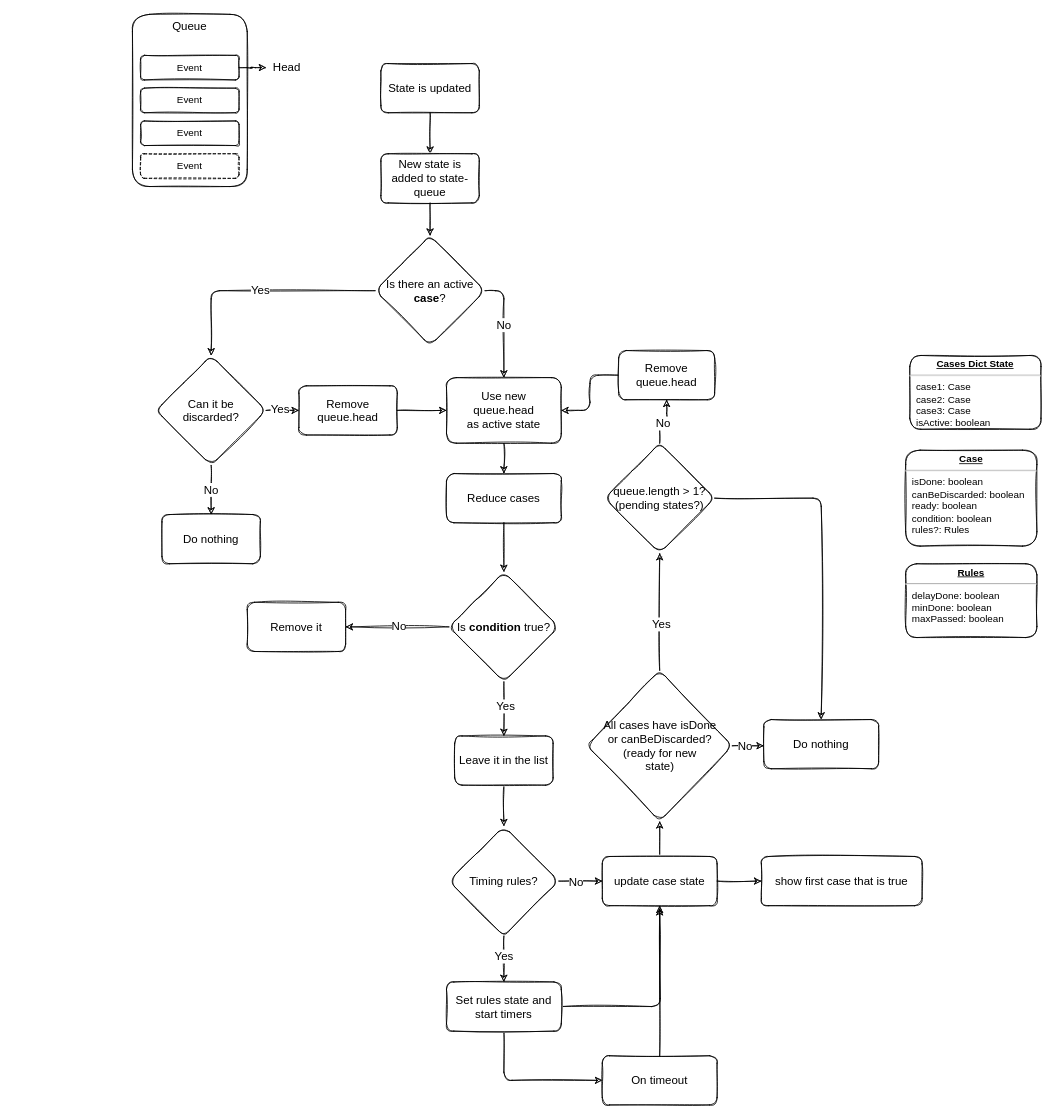
FredricW/diagrams keeps this draw.io diagram as Event-Queue.drawio. Above is the earlier version. Source tidied: cells renumbered, new cells numbered last; positions are measured from the earlier drawing's top-left corner, leaving out a move shared by most shapes. Both pictures are drawn from the tidied source at 82%, with x=0, y=0 at pixel (132, 14).
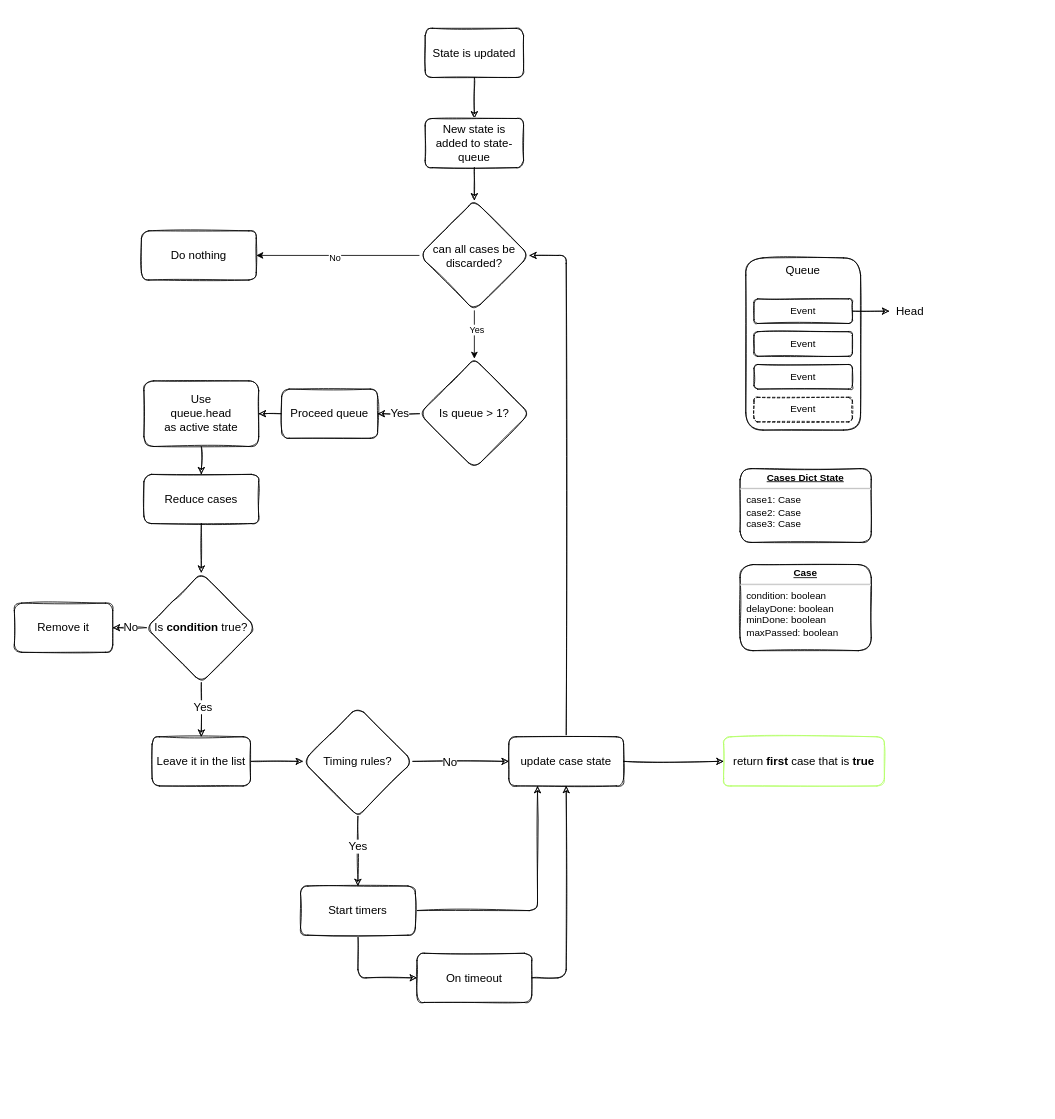
The same page after the edit.

The edit, as a diff of the source:
```diff
@@
     <mxCell id="3" value="State is updated" style="rounded=1;whiteSpace=wrap;html=1;fontSize=14;sketch=1;" parent="1" vertex="1">
-      <mxGeometry x="303" y="60" width="120" height="60" as="geometry" />
+      <mxGeometry x="357" y="17" width="120" height="60" as="geometry" />
     </mxCell>
@@
     <mxCell id="5" value="New state is added to state-queue" style="rounded=1;whiteSpace=wrap;html=1;fontSize=14;sketch=1;" parent="1" vertex="1">
-      <mxGeometry x="303" y="170" width="120" height="60" as="geometry" />
+      <mxGeometry x="357" y="127" width="120" height="60" as="geometry" />
     </mxCell>
-    <mxCell id="6" value="Yes" style="edgeStyle=orthogonalEdgeStyle;rounded=1;jettySize=auto;html=1;exitX=0;exitY=0.5;exitDx=0;exitDy=0;fontSize=14;entryX=0.5;entryY=0;entryDx=0;entryDy=0;sketch=1;" parent="1" edge="1" source="8" target="16">
-      <mxGeometry relative="1" as="geometry">
-        <Array as="points">
-          <mxPoint x="96" y="337" />
-        </Array>
-      </mxGeometry>
-    </mxCell>
-    <mxCell id="7" value="No" style="edgeStyle=orthogonalEdgeStyle;rounded=1;jettySize=auto;html=1;exitX=1;exitY=0.5;exitDx=0;exitDy=0;entryX=0.5;entryY=0;entryDx=0;entryDy=0;fontSize=14;sketch=1;" parent="1" edge="1" source="8" target="10">
-      <mxGeometry relative="1" as="geometry" />
-    </mxCell>
+    <mxCell id="65" style="edgeStyle=orthogonalEdgeStyle;rounded=0;jettySize=auto;html=1;exitX=0.5;exitY=1;exitDx=0;exitDy=0;entryX=0.5;entryY=0;entryDx=0;entryDy=0;" parent="1" edge="1" source="8" target="59">
+      <mxGeometry relative="1" as="geometry" />
+    </mxCell>
+    <mxCell id="66" value="Yes" style="edgeLabel;html=1;align=center;verticalAlign=middle;" parent="65" vertex="1">
+      <mxGeometry x="-0.22" y="2" relative="1" as="geometry" />
+    </mxCell>
+    <mxCell id="67" style="edgeStyle=orthogonalEdgeStyle;rounded=0;jettySize=auto;html=1;exitX=0;exitY=0.5;exitDx=0;exitDy=0;entryX=1;entryY=0.5;entryDx=0;entryDy=0;" parent="1" edge="1" source="8" target="69">
+      <mxGeometry relative="1" as="geometry" />
+    </mxCell>
+    <mxCell id="68" value="No" style="edgeLabel;html=1;align=center;verticalAlign=middle;" parent="67" vertex="1">
+      <mxGeometry x="0.05" y="2" relative="1" as="geometry" />
+    </mxCell>
-    <mxCell id="8" value="Is there an active &lt;b&gt;case&lt;/b&gt;?" style="rhombus;whiteSpace=wrap;html=1;fontSize=14;rounded=1;sketch=1;" parent="1" vertex="1">
-      <mxGeometry x="296" y="270" width="134" height="134" as="geometry" />
+    <mxCell id="8" value="can all cases be&lt;br&gt;discarded?" style="rhombus;whiteSpace=wrap;html=1;fontSize=14;rounded=1;sketch=1;" parent="1" vertex="1">
+      <mxGeometry x="350" y="227" width="134" height="134" as="geometry" />
     </mxCell>
@@
-    <mxCell id="10" value="Use new &lt;br&gt;queue.head&lt;br&gt;as active state" style="rounded=1;whiteSpace=wrap;html=1;fontSize=14;sketch=1;" parent="1" vertex="1">
-      <mxGeometry x="383" y="443" width="140" height="80" as="geometry" />
+    <mxCell id="10" value="Use&lt;br&gt;queue.head&lt;br&gt;as active state" style="rounded=1;whiteSpace=wrap;html=1;fontSize=14;sketch=1;" parent="1" vertex="1">
+      <mxGeometry x="14" y="447" width="140" height="80" as="geometry" />
     </mxCell>
@@
     <mxCell id="12" value="Reduce cases" style="rounded=1;whiteSpace=wrap;html=1;fontSize=14;sketch=1;" parent="1" vertex="1">
-      <mxGeometry x="383" y="560" width="140" height="60" as="geometry" />
+      <mxGeometry x="14" y="561" width="140" height="60" as="geometry" />
     </mxCell>
-    <mxCell id="13" value="No" style="edgeStyle=orthogonalEdgeStyle;rounded=1;jettySize=auto;html=1;exitX=0.5;exitY=1;exitDx=0;exitDy=0;entryX=0.5;entryY=0;entryDx=0;entryDy=0;fontSize=14;sketch=1;" parent="1" edge="1" source="16" target="23">
-      <mxGeometry relative="1" as="geometry" />
-    </mxCell>
-    <mxCell id="14" style="edgeStyle=orthogonalEdgeStyle;rounded=1;jettySize=auto;html=1;exitX=1;exitY=0.5;exitDx=0;exitDy=0;entryX=0;entryY=0.5;entryDx=0;entryDy=0;fontSize=14;sketch=1;" parent="1" edge="1" source="16" target="61">
-      <mxGeometry relative="1" as="geometry" />
-    </mxCell>
-    <mxCell id="15" value="Yes" style="edgeLabel;html=1;align=center;verticalAlign=middle;fontSize=14;rounded=1;sketch=1;" parent="14" vertex="1">
-      <mxGeometry x="-0.18" y="2" relative="1" as="geometry" />
-    </mxCell>
-    <mxCell id="16" value="Can it be&lt;br&gt;discarded?" style="rhombus;whiteSpace=wrap;html=1;fontSize=14;rounded=1;sketch=1;" parent="1" vertex="1">
-      <mxGeometry x="29" y="416" width="134" height="134" as="geometry" />
-    </mxCell>
-    <mxCell id="17" style="group;dashed=1;rounded=1;sketch=1;" parent="1" vertex="1">
-      <mxGeometry width="140" height="210" as="geometry" />
-    </mxCell>
-    <mxCell id="18" value="Queue" style="rounded=1;whiteSpace=wrap;html=1;verticalAlign=top;fontStyle=0;fontSize=14;sketch=1;" parent="17" vertex="1">
-      <mxGeometry width="140" height="210" as="geometry" />
-    </mxCell>
-    <mxCell id="19" value="Event" style="rounded=1;whiteSpace=wrap;html=1;sketch=1;" parent="17" vertex="1">
-      <mxGeometry x="10" y="50" width="120" height="30" as="geometry" />
-    </mxCell>
-    <mxCell id="20" value="Event" style="rounded=1;whiteSpace=wrap;html=1;sketch=1;" parent="17" vertex="1">
-      <mxGeometry x="10" y="90" width="120" height="30" as="geometry" />
-    </mxCell>
-    <mxCell id="21" value="Event" style="rounded=1;whiteSpace=wrap;html=1;sketch=1;" parent="17" vertex="1">
-      <mxGeometry x="10" y="130" width="120" height="30" as="geometry" />
-    </mxCell>
-    <mxCell id="22" value="Event" style="rounded=1;whiteSpace=wrap;html=1;dashed=1;sketch=1;" parent="17" vertex="1">
-      <mxGeometry x="10" y="170" width="120" height="30" as="geometry" />
-    </mxCell>
-    <mxCell id="23" value="Do nothing" style="rounded=1;whiteSpace=wrap;html=1;fontSize=14;sketch=1;" parent="1" vertex="1">
-      <mxGeometry x="36" y="610" width="120" height="60" as="geometry" />
-    </mxCell>
-    <mxCell id="24" value="&lt;p style=&quot;margin: 0px ; margin-top: 4px ; text-align: center ; text-decoration: underline&quot;&gt;&lt;b&gt;Cases Dict State&lt;/b&gt;&lt;/p&gt;&lt;hr&gt;&lt;p style=&quot;margin: 0px ; margin-left: 8px&quot;&gt;case1: Case&lt;br&gt;case2: Case&lt;br&gt;case3: Case&lt;/p&gt;&lt;p style=&quot;margin: 0px ; margin-left: 8px&quot;&gt;isActive: boolean&lt;/p&gt;" style="verticalAlign=top;align=left;overflow=fill;fontSize=12;fontFamily=Helvetica;html=1;rounded=1;sketch=1;" parent="1" vertex="1">
-      <mxGeometry x="948" y="416" width="160" height="90" as="geometry" />
+    <mxCell id="24" value="&lt;p style=&quot;margin: 0px ; margin-top: 4px ; text-align: center ; text-decoration: underline&quot;&gt;&lt;b&gt;Cases Dict State&lt;/b&gt;&lt;/p&gt;&lt;hr&gt;&lt;p style=&quot;margin: 0px ; margin-left: 8px&quot;&gt;case1: Case&lt;br&gt;case2: Case&lt;br&gt;case3: Case&lt;/p&gt;" style="verticalAlign=top;align=left;overflow=fill;fontSize=12;fontFamily=Helvetica;html=1;rounded=1;sketch=1;" parent="1" vertex="1">
+      <mxGeometry x="741" y="554" width="160" height="90" as="geometry" />
     </mxCell>
-    <mxCell id="25" value="&lt;p style=&quot;margin: 0px ; margin-top: 4px ; text-align: center ; text-decoration: underline&quot;&gt;&lt;b&gt;Case&lt;/b&gt;&lt;/p&gt;&lt;hr&gt;&lt;p style=&quot;margin: 0px ; margin-left: 8px&quot;&gt;isDone: boolean&lt;br&gt;canBeDiscarded: boolean&lt;br&gt;&lt;/p&gt;&lt;p style=&quot;margin: 0px ; margin-left: 8px&quot;&gt;ready: boolean&lt;/p&gt;&lt;p style=&quot;margin: 0px ; margin-left: 8px&quot;&gt;condition: boolean&lt;/p&gt;&lt;p style=&quot;margin: 0px ; margin-left: 8px&quot;&gt;rules?: Rules&lt;/p&gt;" style="verticalAlign=top;align=left;overflow=fill;fontSize=12;fontFamily=Helvetica;html=1;rounded=1;sketch=1;" parent="1" vertex="1">
-      <mxGeometry x="943" y="531.5" width="160" height="117" as="geometry" />
-    </mxCell>
-    <mxCell id="26" value="&lt;p style=&quot;margin: 0px ; margin-top: 4px ; text-align: center ; text-decoration: underline&quot;&gt;&lt;b&gt;Rules&lt;/b&gt;&lt;/p&gt;&lt;hr&gt;&lt;p style=&quot;margin: 0px ; margin-left: 8px&quot;&gt;delayDone: boolean&lt;br&gt;minDone: boolean&lt;br&gt;&lt;/p&gt;&lt;p style=&quot;margin: 0px ; margin-left: 8px&quot;&gt;maxPassed: boolean&lt;/p&gt;" style="verticalAlign=top;align=left;overflow=fill;fontSize=12;fontFamily=Helvetica;html=1;rounded=1;sketch=1;" parent="1" vertex="1">
-      <mxGeometry x="943" y="670" width="160" height="90" as="geometry" />
+    <mxCell id="26" value="&lt;p style=&quot;margin: 0px ; margin-top: 4px ; text-align: center ; text-decoration: underline&quot;&gt;&lt;b&gt;Case&lt;/b&gt;&lt;/p&gt;&lt;hr&gt;&lt;p style=&quot;margin: 0px ; margin-left: 8px&quot;&gt;condition: boolean&lt;/p&gt;&lt;p style=&quot;margin: 0px ; margin-left: 8px&quot;&gt;delayDone: boolean&lt;br&gt;minDone: boolean&lt;br&gt;&lt;/p&gt;&lt;p style=&quot;margin: 0px ; margin-left: 8px&quot;&gt;maxPassed: boolean&lt;/p&gt;" style="verticalAlign=top;align=left;overflow=fill;fontSize=12;fontFamily=Helvetica;html=1;rounded=1;sketch=1;" parent="1" vertex="1">
+      <mxGeometry x="741" y="671" width="160" height="105" as="geometry" />
     </mxCell>
@@
     <mxCell id="31" value="Is &lt;b&gt;condition&lt;/b&gt; true?" style="rhombus;whiteSpace=wrap;html=1;fontSize=14;rounded=1;sketch=1;" parent="1" vertex="1">
-      <mxGeometry x="386" y="680" width="134" height="134" as="geometry" />
+      <mxGeometry x="17" y="681" width="134" height="134" as="geometry" />
     </mxCell>
-    <mxCell id="32" value="Head" style="text;html=1;align=center;verticalAlign=middle;points=[];strokeColor=none;fillColor=none;fontSize=14;rounded=1;sketch=1;" parent="1" vertex="1">
-      <mxGeometry x="163" y="55" width="50" height="20" as="geometry" />
-    </mxCell>
-    <mxCell id="33" style="edgeStyle=orthogonalEdgeStyle;rounded=1;jettySize=auto;html=1;exitX=1;exitY=0.5;exitDx=0;exitDy=0;fontSize=14;sketch=1;" parent="1" edge="1" source="19" target="32">
-      <mxGeometry relative="1" as="geometry" />
-    </mxCell>
     <mxCell id="34" value="Remove it" style="rounded=1;whiteSpace=wrap;html=1;fontSize=14;sketch=1;" parent="1" vertex="1">
-      <mxGeometry x="140" y="717" width="120" height="60" as="geometry" />
+      <mxGeometry x="-144" y="718" width="120" height="60" as="geometry" />
     </mxCell>
-    <mxCell id="35" style="edgeStyle=orthogonalEdgeStyle;rounded=1;jettySize=auto;html=1;exitX=0.5;exitY=1;exitDx=0;exitDy=0;entryX=0.5;entryY=0;entryDx=0;entryDy=0;fontSize=14;sketch=1;" parent="1" edge="1" source="36" target="41">
+    <mxCell id="35" style="edgeStyle=orthogonalEdgeStyle;rounded=1;jettySize=auto;html=1;exitX=1;exitY=0.5;exitDx=0;exitDy=0;entryX=0;entryY=0.5;entryDx=0;entryDy=0;fontSize=14;sketch=1;" parent="1" edge="1" source="36" target="41">
       <mxGeometry relative="1" as="geometry" />
     </mxCell>
     <mxCell id="36" value="Leave it in the list" style="rounded=1;whiteSpace=wrap;html=1;fontSize=14;sketch=1;" parent="1" vertex="1">
-      <mxGeometry x="393" y="880" width="120" height="60" as="geometry" />
+      <mxGeometry x="24" y="881" width="120" height="60" as="geometry" />
     </mxCell>
@@
     <mxCell id="41" value="Timing rules?" style="rhombus;whiteSpace=wrap;html=1;fontSize=14;rounded=1;sketch=1;" parent="1" vertex="1">
-      <mxGeometry x="386" y="990" width="134" height="134" as="geometry" />
+      <mxGeometry x="208" y="844" width="134" height="134" as="geometry" />
     </mxCell>
@@
-    <mxCell id="43" style="edgeStyle=orthogonalEdgeStyle;rounded=1;jettySize=auto;html=1;exitX=1;exitY=0.5;exitDx=0;exitDy=0;fontSize=14;sketch=1;" parent="1" edge="1" source="44">
-      <mxGeometry relative="1" as="geometry">
-        <mxPoint x="643" y="1090" as="targetPoint" />
-      </mxGeometry>
+    <mxCell id="43" style="edgeStyle=orthogonalEdgeStyle;rounded=1;jettySize=auto;html=1;exitX=1;exitY=0.5;exitDx=0;exitDy=0;fontSize=14;sketch=1;entryX=0.25;entryY=1;entryDx=0;entryDy=0;" parent="1" edge="1" source="44" target="47">
+      <mxGeometry relative="1" as="geometry" />
     </mxCell>
-    <mxCell id="44" value="Set rules state and start timers" style="rounded=1;whiteSpace=wrap;html=1;fontSize=14;sketch=1;" parent="1" vertex="1">
-      <mxGeometry x="383" y="1180" width="140" height="60" as="geometry" />
+    <mxCell id="44" value="Start timers" style="rounded=1;whiteSpace=wrap;html=1;fontSize=14;sketch=1;" parent="1" vertex="1">
+      <mxGeometry x="205" y="1063" width="140" height="60" as="geometry" />
     </mxCell>
@@
-    <mxCell id="46" style="edgeStyle=orthogonalEdgeStyle;rounded=1;jettySize=auto;html=1;exitX=0.5;exitY=0;exitDx=0;exitDy=0;entryX=0.5;entryY=1;entryDx=0;entryDy=0;fontSize=14;sketch=1;" parent="1" edge="1" source="47" target="55">
+    <mxCell id="46" style="edgeStyle=orthogonalEdgeStyle;rounded=1;jettySize=auto;html=1;exitX=0.5;exitY=0;exitDx=0;exitDy=0;entryX=1;entryY=0.5;entryDx=0;entryDy=0;fontSize=14;sketch=1;" parent="1" edge="1" source="47" target="8">
       <mxGeometry relative="1" as="geometry" />
     </mxCell>
     <mxCell id="47" value="update case state" style="rounded=1;whiteSpace=wrap;html=1;fontSize=14;sketch=1;" parent="1" vertex="1">
-      <mxGeometry x="573" y="1027" width="140" height="60" as="geometry" />
+      <mxGeometry x="459" y="881" width="140" height="60" as="geometry" />
     </mxCell>
-    <mxCell id="48" style="edgeStyle=orthogonalEdgeStyle;rounded=1;jettySize=auto;html=1;exitX=0.5;exitY=0;exitDx=0;exitDy=0;entryX=0.5;entryY=1;entryDx=0;entryDy=0;fontSize=14;sketch=1;" parent="1" edge="1" source="49" target="47">
+    <mxCell id="48" style="edgeStyle=orthogonalEdgeStyle;rounded=1;jettySize=auto;html=1;exitX=1;exitY=0.5;exitDx=0;exitDy=0;entryX=0.5;entryY=1;entryDx=0;entryDy=0;fontSize=14;sketch=1;" parent="1" edge="1" source="49" target="47">
       <mxGeometry relative="1" as="geometry" />
     </mxCell>
     <mxCell id="49" value="On timeout" style="rounded=1;whiteSpace=wrap;html=1;fontSize=14;sketch=1;" parent="1" vertex="1">
-      <mxGeometry x="573" y="1270" width="140" height="60" as="geometry" />
+      <mxGeometry x="347" y="1145" width="140" height="60" as="geometry" />
     </mxCell>
-    <mxCell id="50" value="show first case that is true" style="rounded=1;whiteSpace=wrap;html=1;fontSize=14;sketch=1;" parent="1" vertex="1">
-      <mxGeometry x="767" y="1027" width="196" height="60" as="geometry" />
+    <mxCell id="50" value="return&amp;nbsp;&lt;b&gt;first&lt;/b&gt; case that is &lt;b&gt;true&lt;/b&gt;" style="rounded=1;whiteSpace=wrap;html=1;fontSize=14;sketch=1;strokeColor=#B3FF66;" parent="1" vertex="1">
+      <mxGeometry x="721" y="881" width="196" height="60" as="geometry" />
     </mxCell>
-    <mxCell id="51" style="edgeStyle=orthogonalEdgeStyle;rounded=1;jettySize=auto;html=1;exitX=0.5;exitY=0;exitDx=0;exitDy=0;entryX=0.5;entryY=1;entryDx=0;entryDy=0;fontSize=14;sketch=1;" parent="1" edge="1" source="55" target="59">
-      <mxGeometry relative="1" as="geometry" />
-    </mxCell>
-    <mxCell id="52" value="Yes" style="edgeLabel;html=1;align=center;verticalAlign=middle;fontSize=14;rounded=1;sketch=1;" parent="51" vertex="1">
-      <mxGeometry x="-0.2" y="-1" relative="1" as="geometry" />
-    </mxCell>
-    <mxCell id="53" style="edgeStyle=orthogonalEdgeStyle;rounded=1;jettySize=auto;html=1;exitX=1;exitY=0.5;exitDx=0;exitDy=0;entryX=0;entryY=0.5;entryDx=0;entryDy=0;fontSize=14;sketch=1;" parent="1" edge="1" source="55">
-      <mxGeometry relative="1" as="geometry">
-        <mxPoint x="770" y="892" as="targetPoint" />
-      </mxGeometry>
-    </mxCell>
-    <mxCell id="54" value="No" style="edgeLabel;html=1;align=center;verticalAlign=middle;fontSize=14;rounded=1;sketch=1;" parent="53" vertex="1">
-      <mxGeometry x="-0.24" relative="1" as="geometry" />
-    </mxCell>
-    <mxCell id="55" value="All cases have isDone&lt;br&gt;or canBeDiscarded?&lt;br&gt;(ready for new&lt;br&gt;state)" style="rhombus;whiteSpace=wrap;html=1;fontSize=14;rounded=1;sketch=1;" parent="1" vertex="1">
-      <mxGeometry x="554.5" y="800" width="177" height="184" as="geometry" />
-    </mxCell>
-    <mxCell id="56" style="edgeStyle=orthogonalEdgeStyle;rounded=1;jettySize=auto;html=1;exitX=0.5;exitY=0;exitDx=0;exitDy=0;entryX=0.5;entryY=1;entryDx=0;entryDy=0;fontSize=14;sketch=1;" parent="1" edge="1" source="59" target="63">
+    <mxCell id="56" style="edgeStyle=orthogonalEdgeStyle;rounded=1;jettySize=auto;html=1;exitX=0;exitY=0.5;exitDx=0;exitDy=0;entryX=1;entryY=0.5;entryDx=0;entryDy=0;fontSize=14;sketch=1;" parent="1" edge="1" source="59" target="63">
       <mxGeometry relative="1" as="geometry" />
     </mxCell>
-    <mxCell id="57" value="No" style="edgeLabel;html=1;align=center;verticalAlign=middle;fontSize=14;rounded=1;sketch=1;" parent="56" vertex="1">
+    <mxCell id="57" value="Yes" style="edgeLabel;html=1;align=center;verticalAlign=middle;fontSize=14;rounded=1;sketch=1;" parent="56" vertex="1">
       <mxGeometry x="-0.01" y="-2" relative="1" as="geometry" />
     </mxCell>
-    <mxCell id="58" style="edgeStyle=orthogonalEdgeStyle;rounded=1;jettySize=auto;html=1;exitX=1;exitY=0.5;exitDx=0;exitDy=0;fontSize=14;sketch=1;" parent="1" edge="1" source="59" target="64">
-      <mxGeometry relative="1" as="geometry" />
-    </mxCell>
-    <mxCell id="59" value="queue.length &amp;gt; 1?&lt;br&gt;(pending states?)" style="rhombus;whiteSpace=wrap;html=1;fontSize=14;rounded=1;sketch=1;" parent="1" vertex="1">
-      <mxGeometry x="576" y="523" width="134" height="134" as="geometry" />
+    <mxCell id="59" value="Is queue &amp;gt; 1?" style="rhombus;whiteSpace=wrap;html=1;fontSize=14;rounded=1;sketch=1;" parent="1" vertex="1">
+      <mxGeometry x="350" y="420" width="134" height="134" as="geometry" />
     </mxCell>
-    <mxCell id="60" style="edgeStyle=orthogonalEdgeStyle;rounded=1;jettySize=auto;html=1;exitX=1;exitY=0.5;exitDx=0;exitDy=0;entryX=0;entryY=0.5;entryDx=0;entryDy=0;fontSize=14;sketch=1;" parent="1" edge="1" source="61" target="10">
-      <mxGeometry relative="1" as="geometry" />
-    </mxCell>
-    <mxCell id="61" value="Remove queue.head" style="rounded=1;whiteSpace=wrap;html=1;fontSize=14;sketch=1;" parent="1" vertex="1">
-      <mxGeometry x="203" y="453" width="120" height="60" as="geometry" />
-    </mxCell>
@@
-    <mxCell id="63" value="Remove queue.head" style="rounded=1;whiteSpace=wrap;html=1;fontSize=14;sketch=1;" parent="1" vertex="1">
-      <mxGeometry x="593" y="410" width="117" height="60" as="geometry" />
+    <mxCell id="63" value="Proceed queue" style="rounded=1;whiteSpace=wrap;html=1;fontSize=14;sketch=1;" parent="1" vertex="1">
+      <mxGeometry x="182" y="457" width="117" height="60" as="geometry" />
     </mxCell>
-    <mxCell id="64" value="Do nothing" style="rounded=1;whiteSpace=wrap;html=1;fontSize=14;sketch=1;" parent="1" vertex="1">
-      <mxGeometry x="770" y="860" width="140" height="60" as="geometry" />
-    </mxCell>
+    <mxCell id="69" value="Do nothing" style="rounded=1;whiteSpace=wrap;html=1;fontSize=14;sketch=1;" parent="1" vertex="1">
+      <mxGeometry x="11" y="264" width="140" height="60" as="geometry" />
+    </mxCell>
+    <mxCell id="70" style="group;" parent="1" vertex="1">
+      <mxGeometry x="748" y="297" width="225" height="210" as="geometry" />
+    </mxCell>
+    <mxCell id="17" style="group;dashed=1;rounded=1;sketch=1;" parent="70" vertex="1">
+      <mxGeometry width="140" height="210" as="geometry" />
+    </mxCell>
+    <mxCell id="18" value="Queue" style="rounded=1;whiteSpace=wrap;html=1;verticalAlign=top;fontStyle=0;fontSize=14;sketch=1;" parent="17" vertex="1">
+      <mxGeometry width="140" height="210" as="geometry" />
+    </mxCell>
+    <mxCell id="19" value="Event" style="rounded=1;whiteSpace=wrap;html=1;sketch=1;" parent="17" vertex="1">
+      <mxGeometry x="10" y="50" width="120" height="30" as="geometry" />
+    </mxCell>
+    <mxCell id="20" value="Event" style="rounded=1;whiteSpace=wrap;html=1;sketch=1;" parent="17" vertex="1">
+      <mxGeometry x="10" y="90" width="120" height="30" as="geometry" />
+    </mxCell>
+    <mxCell id="21" value="Event" style="rounded=1;whiteSpace=wrap;html=1;sketch=1;" parent="17" vertex="1">
+      <mxGeometry x="10" y="130" width="120" height="30" as="geometry" />
+    </mxCell>
+    <mxCell id="22" value="Event" style="rounded=1;whiteSpace=wrap;html=1;dashed=1;sketch=1;" parent="17" vertex="1">
+      <mxGeometry x="10" y="170" width="120" height="30" as="geometry" />
+    </mxCell>
+    <mxCell id="32" value="Head" style="text;html=1;align=center;verticalAlign=middle;points=[];strokeColor=none;fillColor=none;fontSize=14;rounded=1;sketch=1;" parent="70" vertex="1">
+      <mxGeometry x="175" y="55" width="50" height="20" as="geometry" />
+    </mxCell>
+    <mxCell id="33" style="edgeStyle=orthogonalEdgeStyle;rounded=1;jettySize=auto;html=1;exitX=1;exitY=0.5;exitDx=0;exitDy=0;fontSize=14;sketch=1;" parent="70" edge="1" source="19" target="32">
+      <mxGeometry relative="1" as="geometry" />
+    </mxCell>
```
